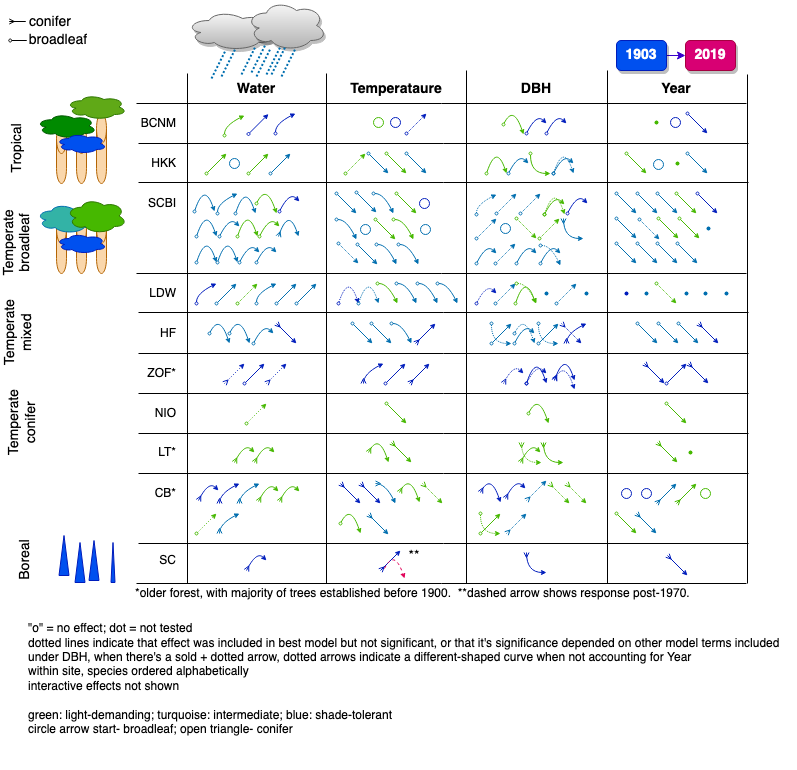
This is doc/manuscript/tables_figures/SummaryFigure.png from EcoClimLab/ForestGEO-tree-rings, a draw.io export, as it was before one commit. Source tidied: cells renumbered, new cells last; positions are measured from the earlier drawing's top-left corner, leaving out a move shared by most shapes.
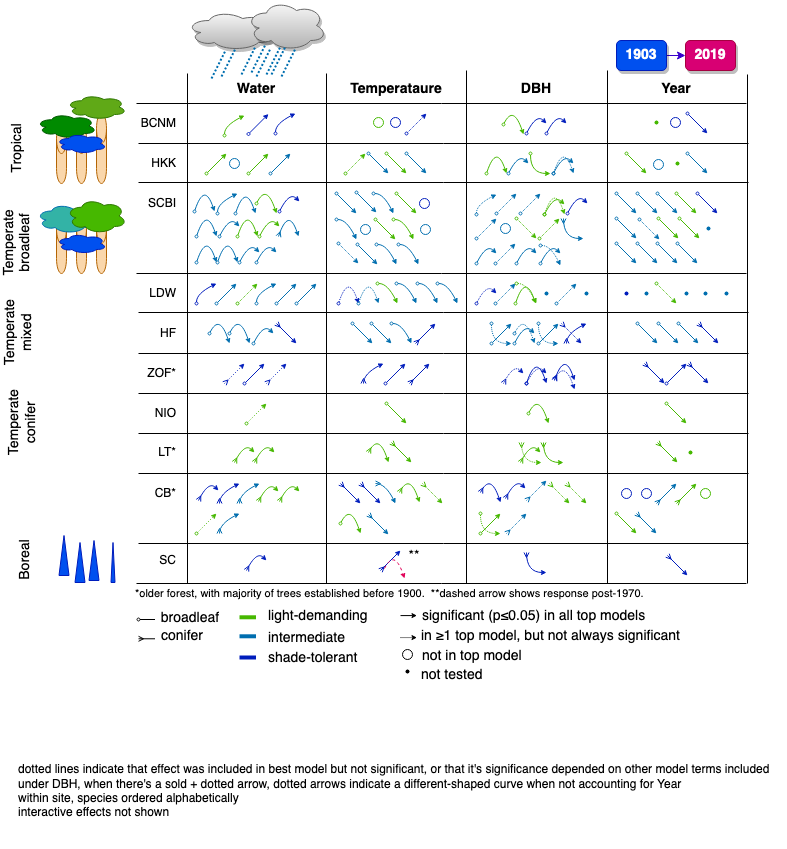
After the change.

Change to the diagram source:
```diff
@@ -2,6 +2,9 @@
   <root>
     <mxCell id="0" />
     <mxCell id="1" parent="0" />
+    <mxCell id="267" style="shape=waypoint;size=6;fillColor=none;perimeter=centerPerimeter;rounded=1;shadow=0;align=left;strokeWidth=0;" parent="1" vertex="1">
+      <mxGeometry x="403" y="651" width="40" height="40" as="geometry" />
+    </mxCell>
     <mxCell id="2" style="curved=1;endArrow=classic;html=1;endSize=3;dashed=1;dashPattern=1 1;startArrow=oval;startFill=0;startSize=3;strokeColor=#46B800;" parent="1" edge="1">
       <mxGeometry relative="1" as="geometry">
         <mxPoint x="560" y="214" as="sourcePoint" />
@@ -188,8 +191,8 @@
         <mxPoint x="250.5" y="49" as="targetPoint" />
       </mxGeometry>
     </mxCell>
-    <mxCell id="52" value="&lt;div&gt;&quot;o&quot; = no effect; dot = not tested&lt;br&gt;&lt;/div&gt;&lt;div&gt;dotted lines indicate that effect was included in best model but not significant, or that it's significance depended on other model terms included&lt;/div&gt;&lt;div&gt;under DBH, when there's a sold + dotted arrow, dotted arrows indicate a different-shaped curve when not accounting for Year&lt;br&gt;&lt;/div&gt;&lt;div&gt;within site, species ordered alphabetically&lt;/div&gt;&lt;div&gt;interactive effects not shown&lt;/div&gt;&lt;div&gt;&lt;br&gt;&lt;/div&gt;&lt;div&gt;green: light-demanding; turquoise: intermediate; blue: shade-tolerant&lt;/div&gt;&lt;div&gt;circle arrow start- broadleaf; open triangle- conifer&lt;br&gt;&lt;/div&gt;&lt;div&gt;&lt;br&gt;&lt;/div&gt;&lt;div&gt;&lt;br&gt;&lt;/div&gt;" style="text;html=1;align=left;verticalAlign=middle;strokeColor=none;" parent="1" vertex="1">
-      <mxGeometry x="42" y="618" width="770" height="150" as="geometry" />
+    <mxCell id="52" value="&lt;div&gt;&lt;br&gt;&lt;/div&gt;&lt;div&gt;dotted lines indicate that effect was included in best model but not significant, or that it's significance depended on other model terms included&lt;/div&gt;&lt;div&gt;under DBH, when there's a sold + dotted arrow, dotted arrows indicate a different-shaped curve when not accounting for Year&lt;br&gt;&lt;/div&gt;&lt;div&gt;within site, species ordered alphabetically&lt;/div&gt;&lt;div&gt;interactive effects not shown&lt;/div&gt;&lt;div&gt;&lt;br&gt;&lt;/div&gt;&lt;div&gt;&lt;br&gt;&lt;/div&gt;" style="text;html=1;align=left;verticalAlign=middle;strokeColor=none;" parent="1" vertex="1">
+      <mxGeometry x="32" y="748" width="770" height="100" as="geometry" />
     </mxCell>
     <mxCell id="53" style="endArrow=classic;html=1;endSize=3;startArrow=oval;startFill=0;startSize=3;fillColor=#0050ef;strokeColor=#001DBC;" parent="1" edge="1">
       <mxGeometry relative="1" as="geometry">
@@ -1381,21 +1384,21 @@
     </mxCell>
     <mxCell id="227" style="endArrow=none;html=1;endSize=3;fillColor=#0050ef;startArrow=ERmany;startFill=0;startSize=3;endFill=0;" parent="1" edge="1">
       <mxGeometry relative="1" as="geometry">
-        <mxPoint x="24.8" y="21" as="sourcePoint" />
-        <mxPoint x="41.2" y="21" as="targetPoint" />
+        <mxPoint x="154" y="638.3" as="sourcePoint" />
+        <mxPoint x="170.5" y="638.3" as="targetPoint" />
       </mxGeometry>
     </mxCell>
     <mxCell id="228" value="conifer" style="text;html=1;strokeColor=none;fillColor=none;align=center;verticalAlign=middle;whiteSpace=wrap;rounded=0;shadow=0;sketch=0;fontSize=14;" parent="1" vertex="1">
-      <mxGeometry x="46" y="12" width="40" height="20" as="geometry" />
+      <mxGeometry x="178" y="626" width="40" height="20" as="geometry" />
     </mxCell>
     <mxCell id="229" style="endArrow=none;html=1;endSize=3;fillColor=#0050ef;startArrow=oval;startFill=0;startSize=3;endFill=0;" parent="1" edge="1">
       <mxGeometry relative="1" as="geometry">
-        <mxPoint x="25.7" y="40" as="sourcePoint" />
-        <mxPoint x="42.3" y="40" as="targetPoint" />
+        <mxPoint x="154" y="619" as="sourcePoint" />
+        <mxPoint x="170.5" y="619" as="targetPoint" />
       </mxGeometry>
     </mxCell>
     <mxCell id="230" value="broadleaf" style="text;html=1;strokeColor=none;fillColor=none;align=center;verticalAlign=middle;whiteSpace=wrap;rounded=0;shadow=0;sketch=0;fontSize=14;" parent="1" vertex="1">
-      <mxGeometry x="46" y="30" width="56" height="20" as="geometry" />
+      <mxGeometry x="178" y="609" width="56" height="17" as="geometry" />
     </mxCell>
     <mxCell id="231" style="ellipse;whiteSpace=wrap;html=1;rounded=1;shadow=0;align=left;strokeColor=#001DBC;fontColor=#ffffff;fillColor=none;" parent="1" vertex="1">
       <mxGeometry x="637" y="488" width="10" height="10" as="geometry" />
@@ -1637,11 +1640,65 @@
         </Array>
       </mxGeometry>
     </mxCell>
-    <mxCell id="265" value="*older forest, with majority of trees established before 1900.&amp;nbsp; **dashed arrow shows response post-1970." style="text;html=1;strokeColor=none;fillColor=none;align=left;verticalAlign=middle;whiteSpace=wrap;rounded=0;shadow=0;sketch=0;fontSize=12;" parent="1" vertex="1">
+    <mxCell id="265" value="*older forest, with majority of trees established before 1900.&amp;nbsp; **dashed arrow shows response post-1970." style="text;html=1;strokeColor=none;fillColor=none;align=left;verticalAlign=middle;whiteSpace=wrap;rounded=0;shadow=0;sketch=0;fontSize=11;" parent="1" vertex="1">
       <mxGeometry x="148.5" y="583" width="613.5" height="20" as="geometry" />
     </mxCell>
     <mxCell id="266" value="**" style="text;html=1;strokeColor=none;fillColor=none;align=center;verticalAlign=middle;whiteSpace=wrap;rounded=0;shadow=0;sketch=0;fontSize=14;" parent="1" vertex="1">
       <mxGeometry x="410" y="546" width="40" height="20" as="geometry" />
     </mxCell>
+    <mxCell id="268" style="endArrow=none;html=1;endSize=3;fillColor=#0050ef;startArrow=none;startFill=0;startSize=3;endFill=0;strokeWidth=4;strokeColor=#46B800;" parent="1" edge="1">
+      <mxGeometry relative="1" as="geometry">
+        <mxPoint x="255" y="616.8" as="sourcePoint" />
+        <mxPoint x="271.5" y="616.8" as="targetPoint" />
+      </mxGeometry>
+    </mxCell>
+    <mxCell id="269" style="endArrow=none;html=1;endSize=3;fillColor=#1ba1e2;startArrow=none;startFill=0;startSize=3;endFill=0;strokeWidth=4;strokeColor=#006EAF;" parent="1" edge="1">
+      <mxGeometry relative="1" as="geometry">
+        <mxPoint x="255" y="635.8" as="sourcePoint" />
+        <mxPoint x="271.5" y="635.8" as="targetPoint" />
+      </mxGeometry>
+    </mxCell>
+    <mxCell id="270" style="endArrow=none;html=1;endSize=3;fillColor=#0050ef;startArrow=none;startFill=0;startSize=3;endFill=0;strokeWidth=4;strokeColor=#001DBC;" parent="1" edge="1">
+      <mxGeometry relative="1" as="geometry">
+        <mxPoint x="255" y="657" as="sourcePoint" />
+        <mxPoint x="271.5" y="657" as="targetPoint" />
+      </mxGeometry>
+    </mxCell>
+    <mxCell id="271" value="light-demanding" style="text;html=1;strokeColor=none;fillColor=none;align=left;verticalAlign=middle;whiteSpace=wrap;rounded=0;shadow=0;sketch=0;fontSize=14;" parent="1" vertex="1">
+      <mxGeometry x="282" y="607" width="110" height="17" as="geometry" />
+    </mxCell>
+    <mxCell id="272" value="&lt;div align=&quot;left&quot;&gt;intermediate&lt;/div&gt;" style="text;html=1;strokeColor=none;fillColor=none;align=left;verticalAlign=middle;whiteSpace=wrap;rounded=0;shadow=0;sketch=0;fontSize=14;" parent="1" vertex="1">
+      <mxGeometry x="282" y="629" width="110" height="17" as="geometry" />
+    </mxCell>
+    <mxCell id="273" value="shade-tolerant" style="text;html=1;strokeColor=none;fillColor=none;align=left;verticalAlign=middle;whiteSpace=wrap;rounded=0;shadow=0;sketch=0;fontSize=14;" parent="1" vertex="1">
+      <mxGeometry x="282" y="649" width="110" height="17" as="geometry" />
+    </mxCell>
+    <mxCell id="274" style="endArrow=classic;html=1;endSize=3;fillColor=#0050ef;startArrow=none;startFill=0;startSize=3;endFill=1;" parent="1" edge="1">
+      <mxGeometry relative="1" as="geometry">
+        <mxPoint x="416" y="615.1" as="sourcePoint" />
+        <mxPoint x="432.5" y="615.1" as="targetPoint" />
+      </mxGeometry>
+    </mxCell>
+    <mxCell id="275" value="significant (p≤0.05) in all top models" style="text;html=1;strokeColor=none;fillColor=none;align=left;verticalAlign=middle;whiteSpace=wrap;rounded=0;shadow=0;sketch=0;fontSize=14;" parent="1" vertex="1">
+      <mxGeometry x="436" y="607" width="266" height="17" as="geometry" />
+    </mxCell>
+    <mxCell id="276" style="endArrow=classic;html=1;endSize=3;fillColor=#0050ef;startArrow=none;startFill=0;startSize=3;endFill=1;dashed=1;dashPattern=1 1;" parent="1" edge="1">
+      <mxGeometry relative="1" as="geometry">
+        <mxPoint x="416" y="637.1" as="sourcePoint" />
+        <mxPoint x="432.5" y="637.1" as="targetPoint" />
+      </mxGeometry>
+    </mxCell>
+    <mxCell id="277" value="in ≥1 top model, but not always significant" style="text;html=1;strokeColor=none;fillColor=none;align=left;verticalAlign=middle;whiteSpace=wrap;rounded=0;shadow=0;sketch=0;fontSize=14;" parent="1" vertex="1">
+      <mxGeometry x="435" y="627.5" width="287" height="17" as="geometry" />
+    </mxCell>
+    <mxCell id="278" style="ellipse;whiteSpace=wrap;html=1;rounded=1;shadow=0;align=left;fontColor=#ffffff;fillColor=none;" parent="1" vertex="1">
+      <mxGeometry x="418" y="649" width="10" height="10" as="geometry" />
+    </mxCell>
+    <mxCell id="279" value="not in top model" style="text;html=1;strokeColor=none;fillColor=none;align=left;verticalAlign=middle;whiteSpace=wrap;rounded=0;shadow=0;sketch=0;fontSize=14;" parent="1" vertex="1">
+      <mxGeometry x="436" y="647.5" width="287" height="17" as="geometry" />
+    </mxCell>
+    <mxCell id="280" value="not tested" style="text;html=1;strokeColor=none;fillColor=none;align=left;verticalAlign=middle;whiteSpace=wrap;rounded=0;shadow=0;sketch=0;fontSize=14;" parent="1" vertex="1">
+      <mxGeometry x="435" y="666" width="287" height="17" as="geometry" />
+    </mxCell>
   </root>
 </mxGraphModel>
```
